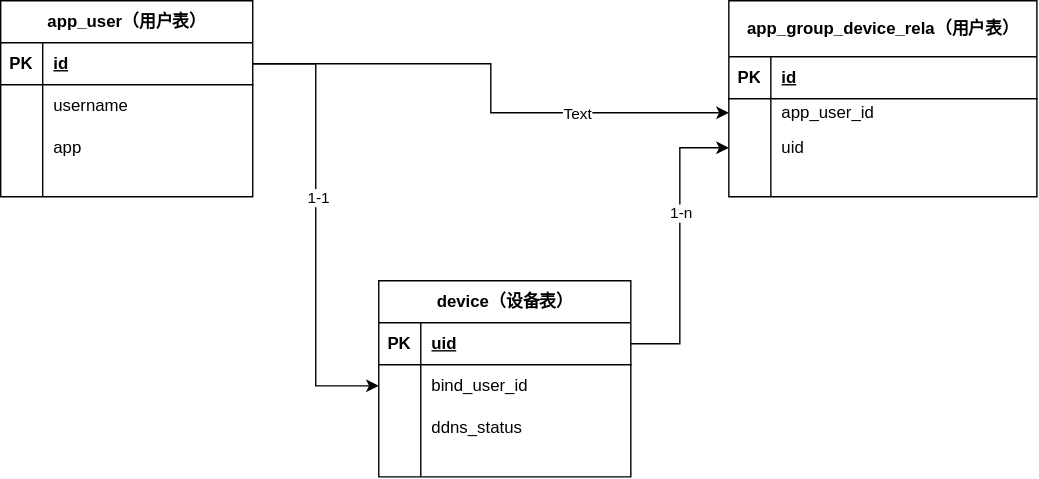
Before: database/超惟业务ER.drawio.svg, a diagram exported from draw.io (LiuXinStrive/ChaoWei). Source tidied: cells renumbered, new cells last; positions are measured from the earlier drawing's top-left corner, leaving out a move shared by most shapes.
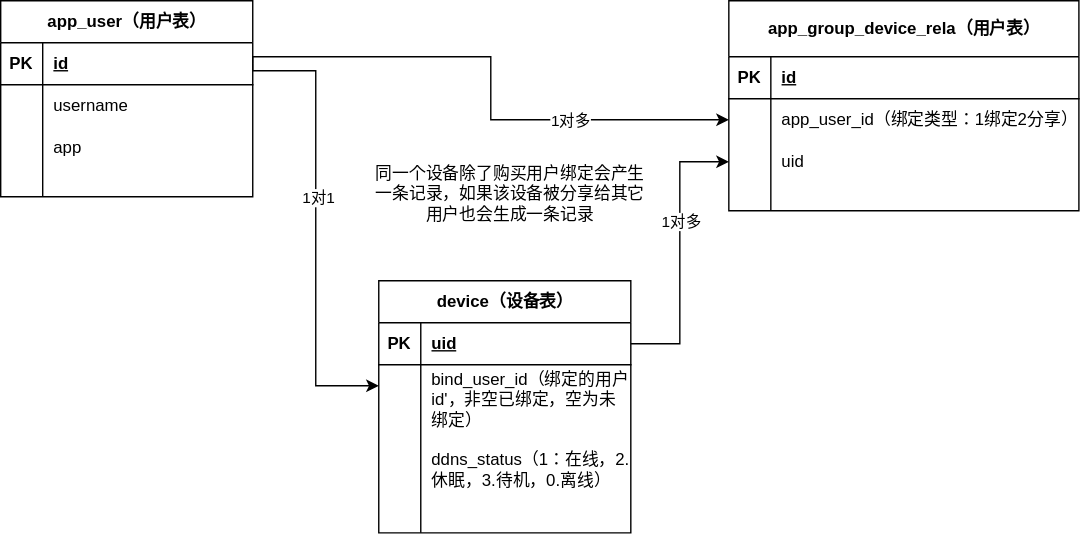
Above is the later version.

Commit message:
更新超惟业务ER.drawio.svg

Change to the diagram source:
```diff
@@ -42,7 +42,7 @@
       <mxGeometry x="30" width="150" height="20" as="geometry" />
     </mxCell>
     <mxCell id="15" value="device（设备表）" style="shape=table;startSize=30;rowLines=0;fontStyle=1;align=center;html=1;" parent="1" vertex="1">
-      <mxGeometry x="270" y="200" width="180" height="140" as="geometry" />
+      <mxGeometry x="270" y="200" width="180" height="180" as="geometry" />
     </mxCell>
     <mxCell id="16" style="shape=tableRow;horizontal=0;startSize=0;swimlaneHead=0;swimlaneBody=0;fillColor=none;points=[[0,0.5],[1,0.5]];portConstraint=eastwest;top=0;left=0;right=0;bottom=1;" parent="15" vertex="1">
       <mxGeometry y="30" width="180" height="30" as="geometry" />
@@ -54,25 +54,25 @@
       <mxGeometry x="30" width="150" height="30" as="geometry" />
     </mxCell>
     <mxCell id="19" style="shape=tableRow;horizontal=0;startSize=0;swimlaneHead=0;swimlaneBody=0;fillColor=none;points=[[0,0.5],[1,0.5]];portConstraint=eastwest;top=0;left=0;right=0;bottom=0;" parent="15" vertex="1">
-      <mxGeometry y="60" width="180" height="30" as="geometry" />
+      <mxGeometry y="60" width="180" height="50" as="geometry" />
     </mxCell>
     <mxCell id="20" style="shape=partialRectangle;fillColor=none;top=0;left=0;bottom=0;right=0;overflow=hidden;whiteSpace=wrap;html=1;" parent="19" vertex="1">
-      <mxGeometry width="30" height="30" as="geometry" />
+      <mxGeometry width="30" height="50" as="geometry" />
     </mxCell>
-    <mxCell id="21" value="bind_user_id" style="shape=partialRectangle;fillColor=none;top=0;left=0;bottom=0;right=0;align=left;spacingLeft=6;overflow=hidden;whiteSpace=wrap;html=1;" parent="19" vertex="1">
-      <mxGeometry x="30" width="150" height="30" as="geometry" />
+    <mxCell id="21" value="bind_user_id（绑定的用户id'，非空已绑定，空为未绑定）" style="shape=partialRectangle;fillColor=none;top=0;left=0;bottom=0;right=0;align=left;spacingLeft=6;overflow=hidden;whiteSpace=wrap;html=1;" parent="19" vertex="1">
+      <mxGeometry x="30" width="150" height="50" as="geometry" />
     </mxCell>
     <mxCell id="22" style="shape=tableRow;horizontal=0;startSize=0;swimlaneHead=0;swimlaneBody=0;fillColor=none;top=0;left=0;right=0;bottom=0;" parent="15" vertex="1">
-      <mxGeometry y="90" width="180" height="30" as="geometry" />
+      <mxGeometry y="110" width="180" height="50" as="geometry" />
     </mxCell>
     <mxCell id="23" style="shape=partialRectangle;fillColor=none;top=0;left=0;bottom=0;right=0;overflow=hidden;whiteSpace=wrap;html=1;" parent="22" vertex="1">
-      <mxGeometry width="30" height="30" as="geometry" />
+      <mxGeometry width="30" height="50" as="geometry" />
     </mxCell>
-    <mxCell id="24" value="ddns_status" style="shape=partialRectangle;fillColor=none;top=0;left=0;bottom=0;right=0;align=left;spacingLeft=6;overflow=hidden;whiteSpace=wrap;html=1;" parent="22" vertex="1">
-      <mxGeometry x="30" width="150" height="30" as="geometry" />
+    <mxCell id="24" value="ddns_status（1：在线，2.休眠，3.待机，0.离线）" style="shape=partialRectangle;fillColor=none;top=0;left=0;bottom=0;right=0;align=left;spacingLeft=6;overflow=hidden;whiteSpace=wrap;html=1;" parent="22" vertex="1">
+      <mxGeometry x="30" width="150" height="50" as="geometry" />
     </mxCell>
     <mxCell id="25" style="shape=tableRow;horizontal=0;startSize=0;swimlaneHead=0;swimlaneBody=0;fillColor=none;top=0;left=0;right=0;bottom=0;" parent="15" vertex="1">
-      <mxGeometry y="120" width="180" height="20" as="geometry" />
+      <mxGeometry y="160" width="180" height="20" as="geometry" />
     </mxCell>
     <mxCell id="26" style="shape=partialRectangle;fillColor=none;top=0;left=0;bottom=0;right=0;overflow=hidden;whiteSpace=wrap;html=1;" parent="25" vertex="1">
       <mxGeometry width="30" height="20" as="geometry" />
@@ -81,48 +81,54 @@
       <mxGeometry x="30" width="150" height="20" as="geometry" />
     </mxCell>
     <mxCell id="28" value="app_group_device_rela（用户表）" style="shape=table;startSize=40;rowLines=0;fontStyle=1;align=center;html=1;" parent="1" vertex="1">
-      <mxGeometry x="520" width="220" height="140" as="geometry" />
+      <mxGeometry x="520" width="250" height="150" as="geometry" />
     </mxCell>
     <mxCell id="29" style="shape=tableRow;horizontal=0;startSize=0;swimlaneHead=0;swimlaneBody=0;fillColor=none;top=0;left=0;right=0;bottom=1;" parent="28" vertex="1">
-      <mxGeometry y="40" width="220" height="30" as="geometry" />
+      <mxGeometry y="40" width="250" height="30" as="geometry" />
     </mxCell>
     <mxCell id="30" value="PK" style="shape=partialRectangle;fillColor=none;top=0;left=0;bottom=0;right=0;fontStyle=1;overflow=hidden;whiteSpace=wrap;html=1;" parent="29" vertex="1">
       <mxGeometry width="30" height="30" as="geometry" />
     </mxCell>
     <mxCell id="31" value="id" style="shape=partialRectangle;fillColor=none;top=0;left=0;bottom=0;right=0;align=left;spacingLeft=6;fontStyle=5;overflow=hidden;whiteSpace=wrap;html=1;" parent="29" vertex="1">
-      <mxGeometry x="30" width="190" height="30" as="geometry" />
+      <mxGeometry x="30" width="220" height="30" as="geometry" />
     </mxCell>
     <mxCell id="32" style="shape=tableRow;horizontal=0;startSize=0;swimlaneHead=0;swimlaneBody=0;fillColor=none;points=[[0,0.5],[1,0.5]];portConstraint=eastwest;top=0;left=0;right=0;bottom=0;" parent="28" vertex="1">
-      <mxGeometry y="70" width="220" height="20" as="geometry" />
+      <mxGeometry y="70" width="250" height="30" as="geometry" />
     </mxCell>
     <mxCell id="33" style="shape=partialRectangle;fillColor=none;top=0;left=0;bottom=0;right=0;overflow=hidden;whiteSpace=wrap;html=1;" parent="32" vertex="1">
-      <mxGeometry width="30" height="20" as="geometry" />
+      <mxGeometry width="30" height="30" as="geometry" />
     </mxCell>
-    <mxCell id="34" value="app_user_id" style="shape=partialRectangle;fillColor=none;top=0;left=0;bottom=0;right=0;align=left;spacingLeft=6;overflow=hidden;whiteSpace=wrap;html=1;" parent="32" vertex="1">
-      <mxGeometry x="30" width="190" height="20" as="geometry" />
+    <mxCell id="34" value="app_user_id（绑定类型：1绑定2分享）" style="shape=partialRectangle;fillColor=none;top=0;left=0;bottom=0;right=0;align=left;spacingLeft=6;overflow=hidden;whiteSpace=wrap;html=1;" parent="32" vertex="1">
+      <mxGeometry x="30" width="220" height="30" as="geometry" />
     </mxCell>
     <mxCell id="35" style="shape=tableRow;horizontal=0;startSize=0;swimlaneHead=0;swimlaneBody=0;fillColor=none;points=[[0,0.5],[1,0.5]];portConstraint=eastwest;top=0;left=0;right=0;bottom=0;" parent="28" vertex="1">
-      <mxGeometry y="90" width="220" height="30" as="geometry" />
+      <mxGeometry y="100" width="250" height="30" as="geometry" />
     </mxCell>
     <mxCell id="36" style="shape=partialRectangle;fillColor=none;top=0;left=0;bottom=0;right=0;overflow=hidden;whiteSpace=wrap;html=1;" parent="35" vertex="1">
       <mxGeometry width="30" height="30" as="geometry" />
     </mxCell>
     <mxCell id="37" value="uid" style="shape=partialRectangle;fillColor=none;top=0;left=0;bottom=0;right=0;align=left;spacingLeft=6;overflow=hidden;whiteSpace=wrap;html=1;" parent="35" vertex="1">
-      <mxGeometry x="30" width="190" height="30" as="geometry" />
+      <mxGeometry x="30" width="220" height="30" as="geometry" />
     </mxCell>
     <mxCell id="38" style="shape=tableRow;horizontal=0;startSize=0;swimlaneHead=0;swimlaneBody=0;fillColor=none;top=0;left=0;right=0;bottom=0;" parent="28" vertex="1">
-      <mxGeometry y="120" width="220" height="20" as="geometry" />
+      <mxGeometry y="130" width="250" height="20" as="geometry" />
     </mxCell>
     <mxCell id="39" style="shape=partialRectangle;fillColor=none;top=0;left=0;bottom=0;right=0;overflow=hidden;whiteSpace=wrap;html=1;" parent="38" vertex="1">
       <mxGeometry width="30" height="20" as="geometry" />
     </mxCell>
     <mxCell id="40" style="shape=partialRectangle;fillColor=none;top=0;left=0;bottom=0;right=0;align=left;spacingLeft=6;overflow=hidden;whiteSpace=wrap;html=1;" parent="38" vertex="1">
-      <mxGeometry x="30" width="190" height="20" as="geometry" />
+      <mxGeometry x="30" width="220" height="20" as="geometry" />
     </mxCell>
     <mxCell id="41" style="edgeStyle=orthogonalEdgeStyle;rounded=0;jettySize=auto;html=1;exitX=1;exitY=0.5;exitDx=0;exitDy=0;" parent="1" edge="1" source="3" target="19">
-      <mxGeometry relative="1" as="geometry" />
+      <mxGeometry relative="1" as="geometry">
+        <Array as="points">
+          <mxPoint x="180" y="50" />
+          <mxPoint x="225" y="50" />
+          <mxPoint x="225" y="275" />
+        </Array>
+      </mxGeometry>
     </mxCell>
-    <mxCell id="42" value="1-1" style="edgeLabel;html=1;align=center;verticalAlign=middle;" parent="41" vertex="1">
+    <mxCell id="42" value="1对1" style="edgeLabel;html=1;align=center;verticalAlign=middle;" parent="41" vertex="1">
       <mxGeometry x="-0.33" y="1" relative="1" as="geometry">
         <mxPoint y="33" as="offset" />
       </mxGeometry>
@@ -130,14 +136,23 @@
     <mxCell id="43" style="edgeStyle=orthogonalEdgeStyle;rounded=0;jettySize=auto;html=1;exitX=1;exitY=0.5;exitDx=0;exitDy=0;" parent="1" edge="1" source="16" target="35">
       <mxGeometry relative="1" as="geometry" />
     </mxCell>
-    <mxCell id="44" value="1-n" style="edgeLabel;html=1;align=center;verticalAlign=middle;" parent="43" vertex="1">
+    <mxCell id="44" value="1对多" style="edgeLabel;html=1;align=center;verticalAlign=middle;" parent="43" vertex="1">
       <mxGeometry x="0.23" relative="1" as="geometry" />
     </mxCell>
     <mxCell id="45" style="edgeStyle=orthogonalEdgeStyle;rounded=0;jettySize=auto;html=1;exitX=1;exitY=0.5;exitDx=0;exitDy=0;entryX=0;entryY=0.5;entryDx=0;entryDy=0;" parent="1" edge="1" source="3" target="32">
-      <mxGeometry relative="1" as="geometry" />
+      <mxGeometry relative="1" as="geometry">
+        <Array as="points">
+          <mxPoint x="180" y="40" />
+          <mxPoint x="350" y="40" />
+          <mxPoint x="350" y="85" />
+        </Array>
+      </mxGeometry>
     </mxCell>
-    <mxCell id="46" value="Text" style="edgeLabel;html=1;align=center;verticalAlign=middle;" parent="45" vertex="1">
+    <mxCell id="46" value="1对多" style="edgeLabel;html=1;align=center;verticalAlign=middle;" parent="45" vertex="1">
       <mxGeometry x="0.42" relative="1" as="geometry" />
     </mxCell>
+    <mxCell id="47" value="同一个设备除了购买用户绑定会产生一条记录，如果该设备被分享给其它用户也会生成一条记录" style="text;html=1;whiteSpace=wrap;strokeColor=none;fillColor=none;align=center;verticalAlign=middle;rounded=0;" parent="1" vertex="1">
+      <mxGeometry x="264" y="100" width="200" height="75" as="geometry" />
+    </mxCell>
   </root>
 </mxGraphModel>
```
